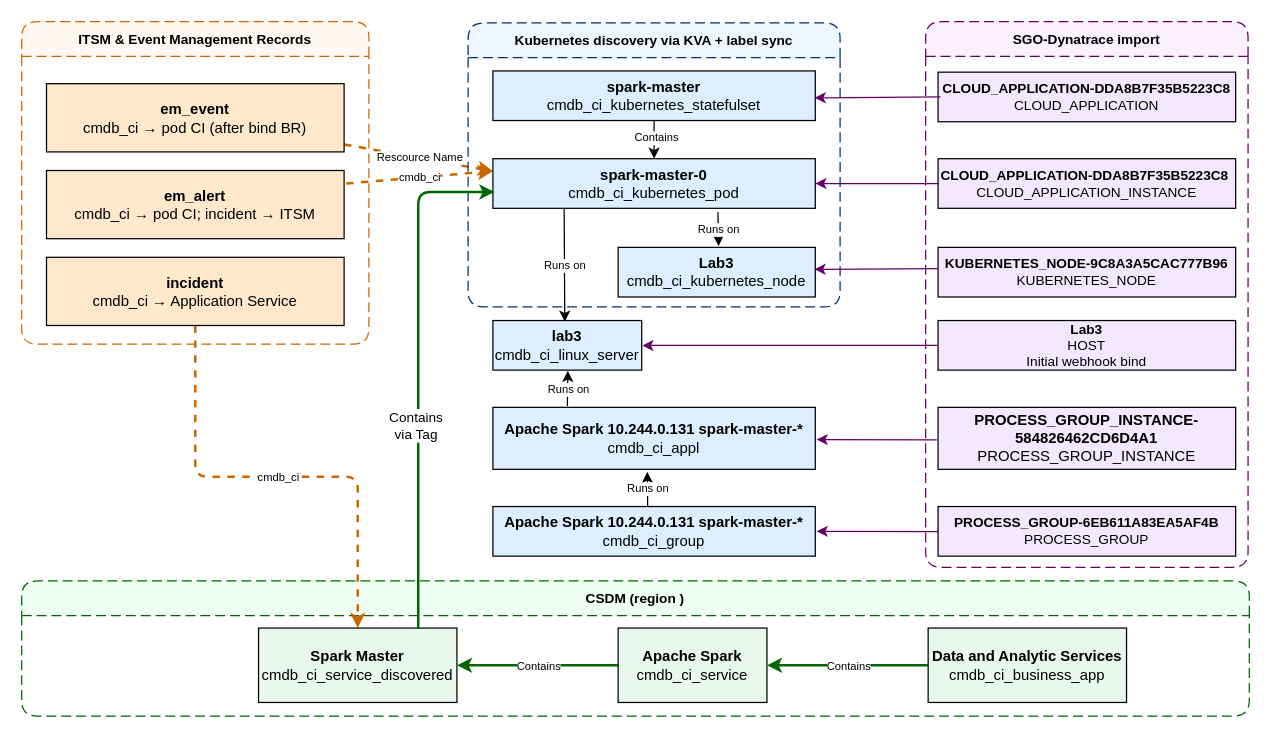
Above: servicenow/docs/Log_to_Incident/spark-servicenow-model-service-side.drawio in gxbrooks/spark-observability (draw.io), before the change. Source tidied: cells renumbered, new cells numbered last; positions are measured from the earlier drawing's top-left corner, leaving out a move shared by most shapes. Both pictures are drawn from the tidied source at 124%, with x=0, y=0 at pixel (21, 21).
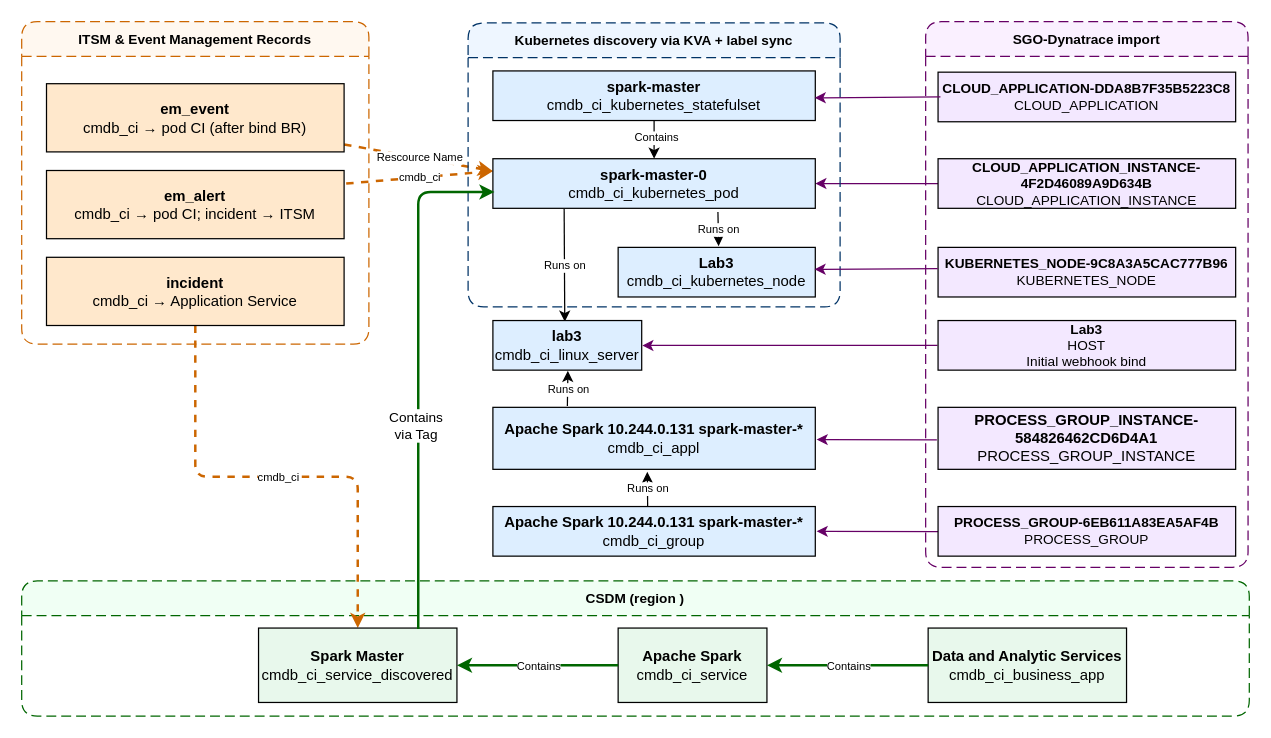
The same diagram, later.

What changed in the source:
```diff
@@
-    <mxCell id="12" value="&lt;div&gt;&lt;b&gt;CLOUD_APPLICATION-DDA8B7F35B5223C8&lt;span style=&quot;color: light-dark(rgb(0, 0, 0), rgb(255, 255, 255)); background-color: transparent;&quot;&gt;&amp;nbsp;&lt;/span&gt;&lt;/b&gt;&lt;/div&gt;&lt;div&gt;&lt;span style=&quot;background-color: transparent; color: light-dark(rgb(0, 0, 0), rgb(255, 255, 255));&quot;&gt;CLOUD_APPLICATION_INSTANCE&lt;/span&gt;&lt;/div&gt;" style="rounded=0;whiteSpace=wrap;html=1;fillColor=#F3E8FF;fontSize=11;" parent="1" vertex="1">
+    <mxCell id="12" value="&lt;div&gt;&lt;b&gt;CLOUD_APPLICATION_INSTANCE-4F2D46089A9D634B&lt;/b&gt;&lt;/div&gt;&lt;div&gt;CLOUD_APPLICATION_INSTANCE&lt;/div&gt;" style="rounded=0;whiteSpace=wrap;html=1;fillColor=#F3E8FF;fontSize=11;" parent="1" vertex="1">
       <mxGeometry x="739" y="110.5" width="240" height="40" as="geometry" />
     </mxCell>
```
